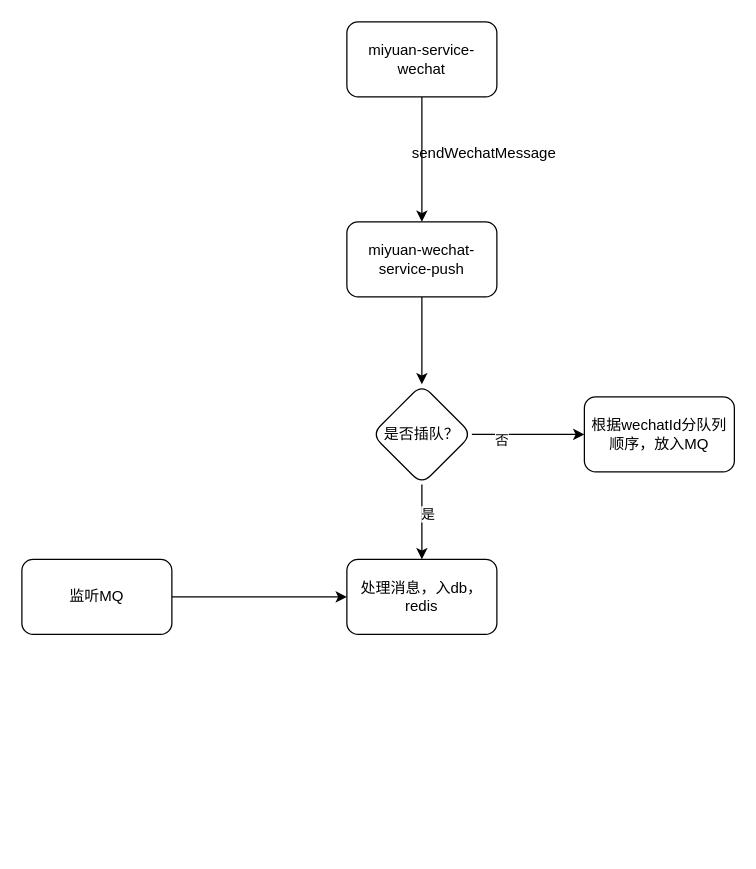
Above: miyuan/未命名绘图.drawio in smallleaf/draw.io (draw.io), before the change. Source tidied: cells renumbered, new cells numbered last; positions are measured from the earlier drawing's top-left corner, leaving out a move shared by most shapes. Both pictures are drawn from the tidied source at 125%, with x=0, y=0 at pixel (21, 21).
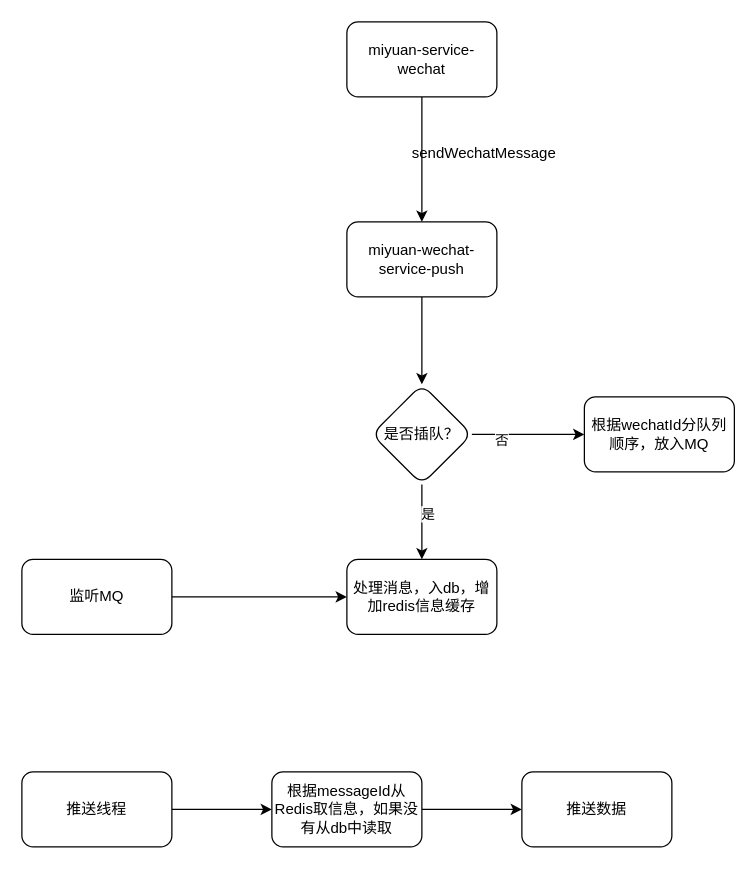
After the change.

Commit message (it also covers changes not shown here):
更新未命名绘图.drawio

The edit, as a diff of the source:
```diff
@@
-    <mxCell id="12" value="处理消息，入db，redis" style="whiteSpace=wrap;html=1;rounded=1;" parent="1" vertex="1">
+    <mxCell id="12" value="处理消息，入db，增加redis信息缓存" style="whiteSpace=wrap;html=1;rounded=1;" parent="1" vertex="1">
       <mxGeometry x="260" y="430" width="120" height="60" as="geometry" />
     </mxCell>
@@
+    <mxCell id="16" style="edgeStyle=orthogonalEdgeStyle;rounded=0;jettySize=auto;html=1;" parent="1" edge="1" source="17" target="19">
+      <mxGeometry relative="1" as="geometry" />
+    </mxCell>
+    <mxCell id="17" value="推送线程" style="rounded=1;whiteSpace=wrap;html=1;" parent="1" vertex="1">
+      <mxGeometry y="600" width="120" height="60" as="geometry" />
+    </mxCell>
+    <mxCell id="18" style="edgeStyle=orthogonalEdgeStyle;rounded=0;jettySize=auto;html=1;" parent="1" edge="1" source="19" target="20">
+      <mxGeometry relative="1" as="geometry" />
+    </mxCell>
+    <mxCell id="19" value="根据messageId从Redis取信息，如果没有从db中读取" style="rounded=1;whiteSpace=wrap;html=1;" parent="1" vertex="1">
+      <mxGeometry x="200" y="600" width="120" height="60" as="geometry" />
+    </mxCell>
+    <mxCell id="20" value="推送数据" style="rounded=1;whiteSpace=wrap;html=1;" parent="1" vertex="1">
+      <mxGeometry x="400" y="600" width="120" height="60" as="geometry" />
+    </mxCell>
```
